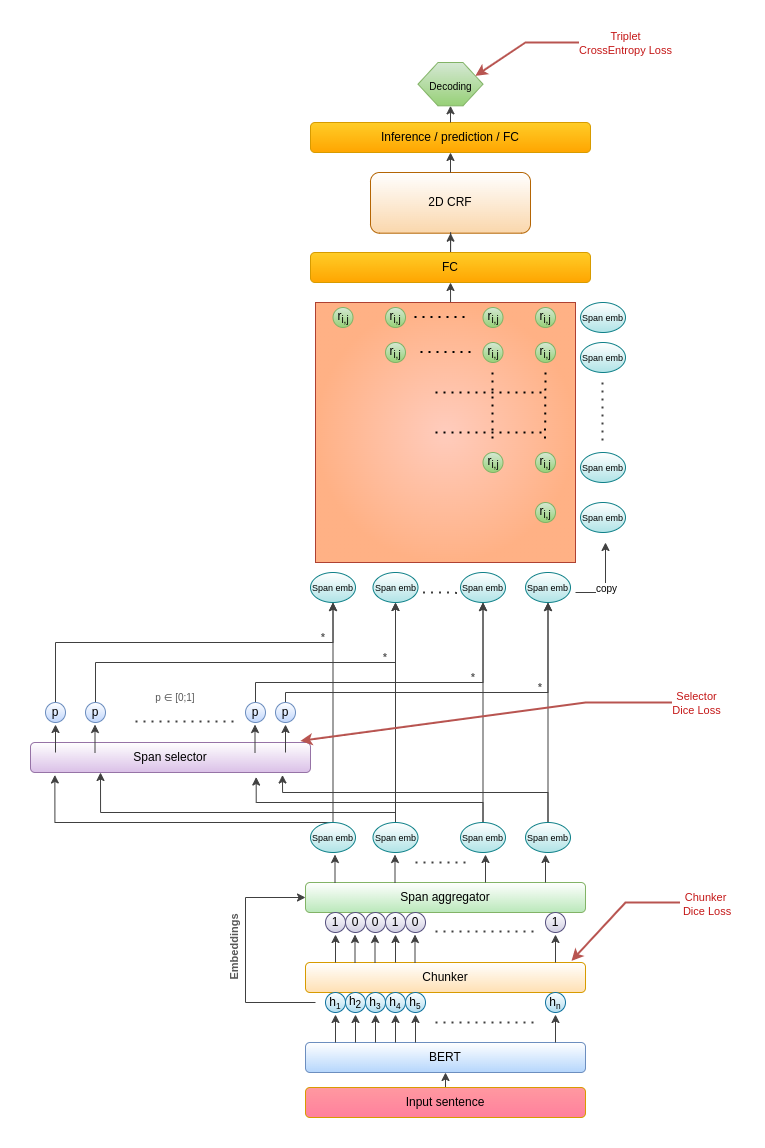
The draw.io diagram assets/chunk-ASTE.png in NaIwo/Span-ASTE, before a commit. Source tidied: cells renumbered, new cells last; positions are measured from the earlier drawing's top-left corner, leaving out a move shared by most shapes.
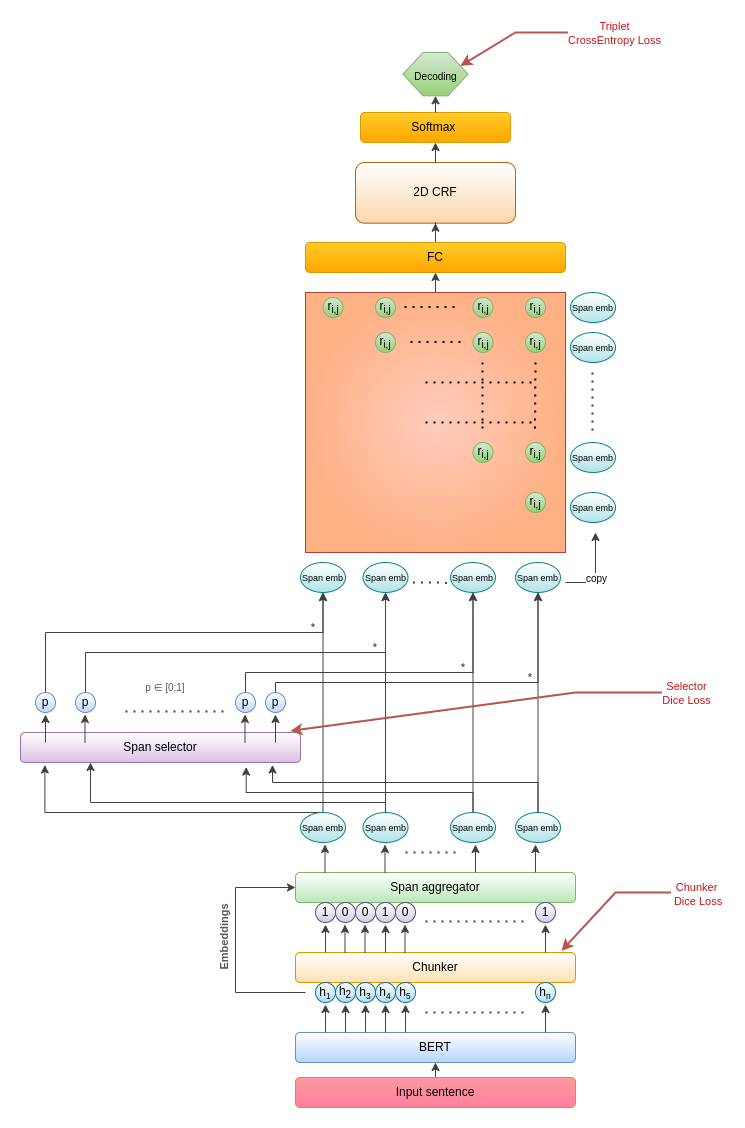
Later version of the same file.

The edit, as a diff of the source:
```diff
@@ -327,16 +327,16 @@
       </mxGeometry>
     </mxCell>
     <mxCell id="74" value="2D CRF" style="rounded=1;whiteSpace=wrap;html=1;fillColor=#fad7ac;strokeColor=#b46504;gradientColor=#ffffff;gradientDirection=north;" parent="1" vertex="1">
-      <mxGeometry x="340" y="130" width="160" height="60.7" as="geometry" />
+      <mxGeometry x="335" y="130" width="160" height="60.7" as="geometry" />
     </mxCell>
-    <mxCell id="75" value="Inference / prediction / FC" style="rounded=1;whiteSpace=wrap;html=1;fillColor=#ffcd28;gradientColor=#ffa500;strokeColor=#d79b00;" parent="1" vertex="1">
-      <mxGeometry x="280" y="80" width="280" height="30" as="geometry" />
+    <mxCell id="75" value="Softmax&amp;nbsp;" style="rounded=1;whiteSpace=wrap;html=1;fillColor=#ffcd28;gradientColor=#ffa500;strokeColor=#d79b00;" parent="1" vertex="1">
+      <mxGeometry x="340" y="80" width="150" height="30" as="geometry" />
     </mxCell>
     <mxCell id="76" style="endArrow=classic;html=1;rounded=0;fontSize=18;entryX=0.5;entryY=1;entryDx=0;entryDy=0;strokeColor=#404040;" parent="1" edge="1" source="74" target="75">
       <mxGeometry relative="1" as="geometry" />
     </mxCell>
     <mxCell id="77" value="&lt;font style=&quot;font-size: 10px&quot;&gt;Decoding&lt;/font&gt;" style="shape=hexagon;perimeter=hexagonPerimeter2;whiteSpace=wrap;html=1;fixedSize=1;fontSize=18;fillColor=#d5e8d4;gradientColor=#97d077;strokeColor=#82b366;" parent="1" vertex="1">
-      <mxGeometry x="387.5" y="20" width="65" height="43.3" as="geometry" />
+      <mxGeometry x="382.5" y="20" width="65" height="43.3" as="geometry" />
     </mxCell>
     <mxCell id="78" style="endArrow=classic;html=1;rounded=0;fontSize=12;entryX=0.5;entryY=1;entryDx=0;entryDy=0;exitX=0.5;exitY=0;exitDx=0;exitDy=0;strokeColor=#404040;" parent="1" edge="1" source="75" target="77">
       <mxGeometry relative="1" as="geometry" />
@@ -477,7 +477,7 @@
       <mxGeometry relative="1" as="geometry" />
     </mxCell>
     <mxCell id="107" value="FC" style="rounded=1;whiteSpace=wrap;html=1;fillColor=#ffcd28;gradientColor=#ffa500;strokeColor=#d79b00;" parent="1" vertex="1">
-      <mxGeometry x="280" y="210" width="280" height="30" as="geometry" />
+      <mxGeometry x="285" y="210" width="260" height="30" as="geometry" />
     </mxCell>
     <mxCell id="108" style="endArrow=classic;html=1;rounded=0;entryX=0.95;entryY=-0.053;entryDx=0;entryDy=0;entryPerimeter=0;fillColor=#f8cecc;strokeColor=#b85450;strokeWidth=2;fontColor=#C41616;" parent="1" edge="1" target="10">
       <mxGeometry relative="1" as="geometry">
```
